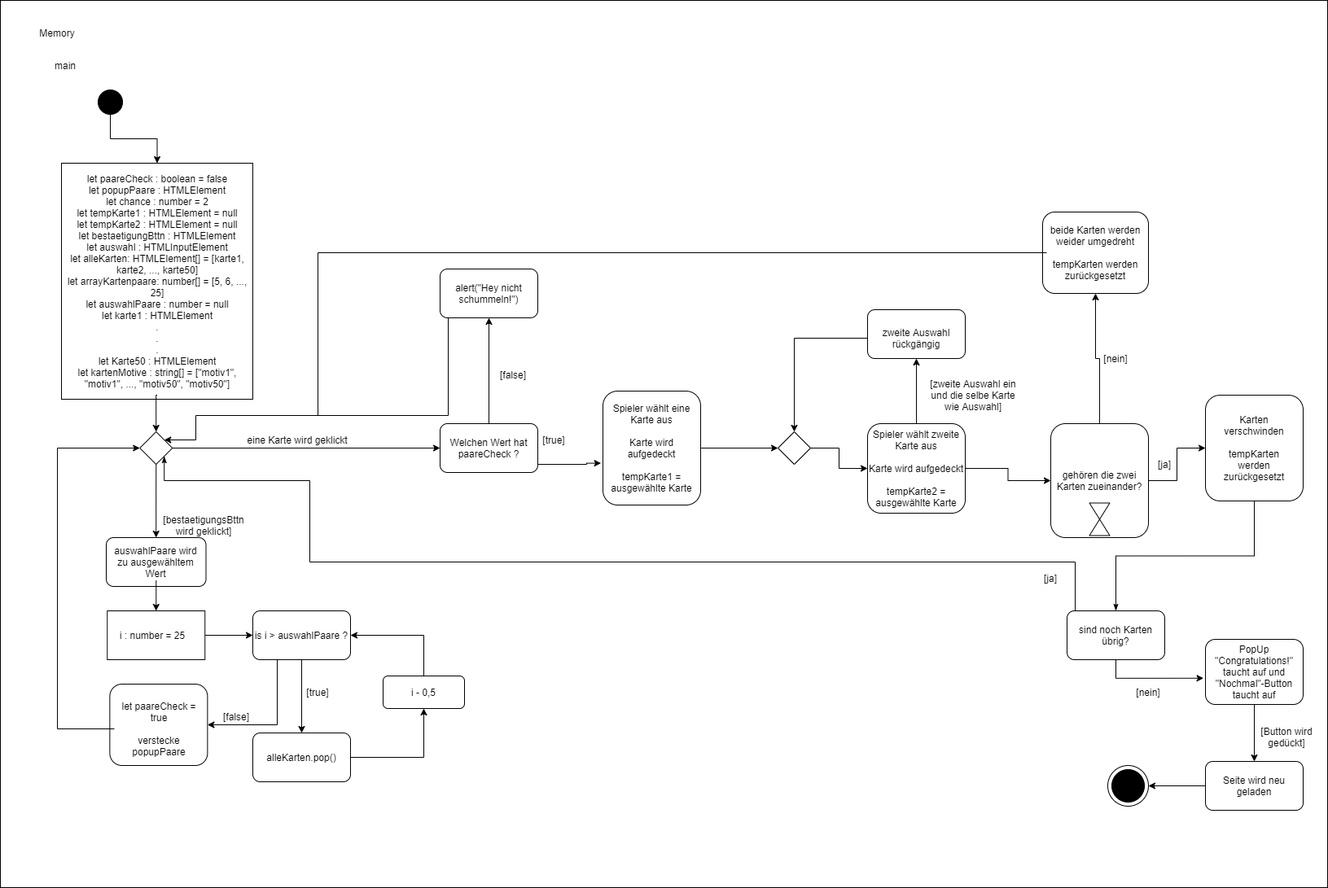
Before: L03_Memory/Aktivitätsdiagramm_Memory.png, a diagram exported from draw.io (AlexanderGritzfeld/EIA2). Source tidied: cells renumbered, new cells last; positions are measured from the earlier drawing's top-left corner, leaving out a move shared by most shapes.
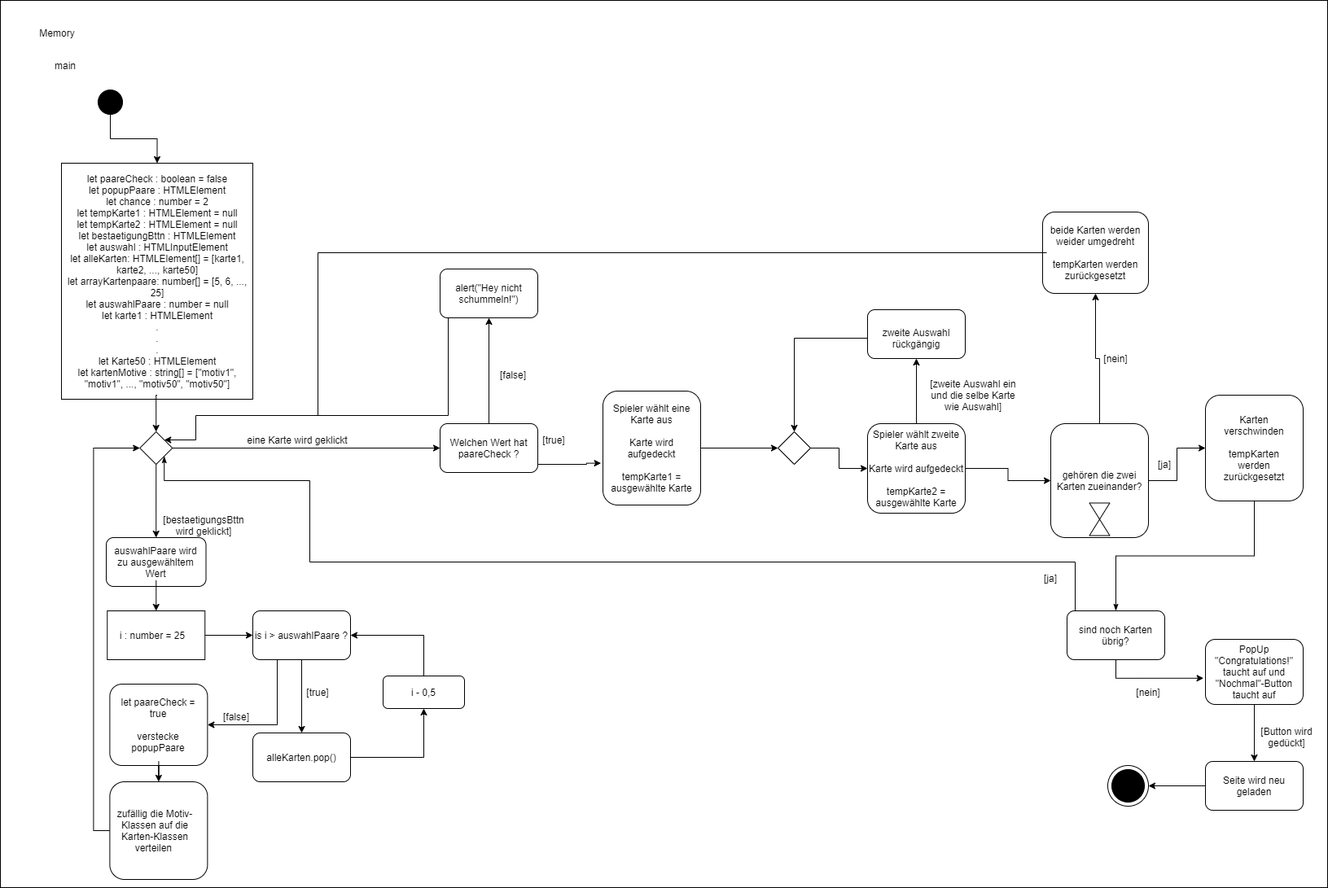
The same file after the commit.

What changed in the source:
```diff
@@ -96,16 +96,14 @@
     <mxCell id="31" style="rounded=1;whiteSpace=wrap;html=1;fillColor=#ffffff;" parent="1" vertex="1">
       <mxGeometry x="134.4" y="840" width="120" height="100" as="geometry" />
     </mxCell>
-    <mxCell id="32" style="edgeStyle=orthogonalEdgeStyle;rounded=0;jettySize=auto;html=1;entryX=0;entryY=0.5;entryDx=0;entryDy=0;exitX=0;exitY=0.5;exitDx=0;exitDy=0;" parent="1" edge="1" source="33" target="12">
-      <mxGeometry relative="1" as="geometry">
-        <Array as="points">
-          <mxPoint x="70" y="895" />
-          <mxPoint x="70" y="550" />
-        </Array>
-      </mxGeometry>
+    <mxCell id="32" style="edgeStyle=orthogonalEdgeStyle;rounded=0;jettySize=auto;html=1;entryX=0;entryY=0.5;entryDx=0;entryDy=0;exitX=0;exitY=0.5;exitDx=0;exitDy=0;" parent="1" edge="1" source="81" target="12">
+      <mxGeometry relative="1" as="geometry" />
     </mxCell>
+    <mxCell id="80" style="edgeStyle=orthogonalEdgeStyle;rounded=0;jettySize=auto;html=1;entryX=0.5;entryY=0;entryDx=0;entryDy=0;" parent="1" edge="1" source="33" target="81">
+      <mxGeometry relative="1" as="geometry" />
+    </mxCell>
     <mxCell id="33" value="let paareCheck = true&lt;br&gt;&lt;br&gt;verstecke popupPaare" style="text;html=1;strokeColor=none;fillColor=none;align=center;verticalAlign=middle;whiteSpace=wrap;rounded=0;" parent="1" vertex="1">
-      <mxGeometry x="140" y="850" width="110" height="90" as="geometry" />
+      <mxGeometry x="139.4" y="845" width="110" height="90" as="geometry" />
     </mxCell>
     <mxCell id="34" value="[false]" style="text;html=1;strokeColor=none;fillColor=none;align=center;verticalAlign=middle;whiteSpace=wrap;rounded=0;" parent="1" vertex="1">
       <mxGeometry x="270" y="870" width="40" height="20" as="geometry" />
@@ -262,5 +260,11 @@
     <mxCell id="79" style="triangle;whiteSpace=wrap;html=1;fillColor=none;rotation=90;" parent="1" vertex="1">
       <mxGeometry x="1340" y="615" width="20" height="25" as="geometry" />
     </mxCell>
+    <mxCell id="81" style="rounded=1;whiteSpace=wrap;html=1;" parent="1" vertex="1">
+      <mxGeometry x="134.4" y="960" width="120" height="120" as="geometry" />
+    </mxCell>
+    <mxCell id="82" value="zufällig die Motiv-Klassen auf die Karten-Klassen verteilen&amp;nbsp;" style="text;html=1;strokeColor=none;fillColor=none;align=center;verticalAlign=middle;whiteSpace=wrap;rounded=0;" parent="1" vertex="1">
+      <mxGeometry x="140" y="970" width="100" height="100" as="geometry" />
+    </mxCell>
   </root>
 </mxGraphModel>
```
